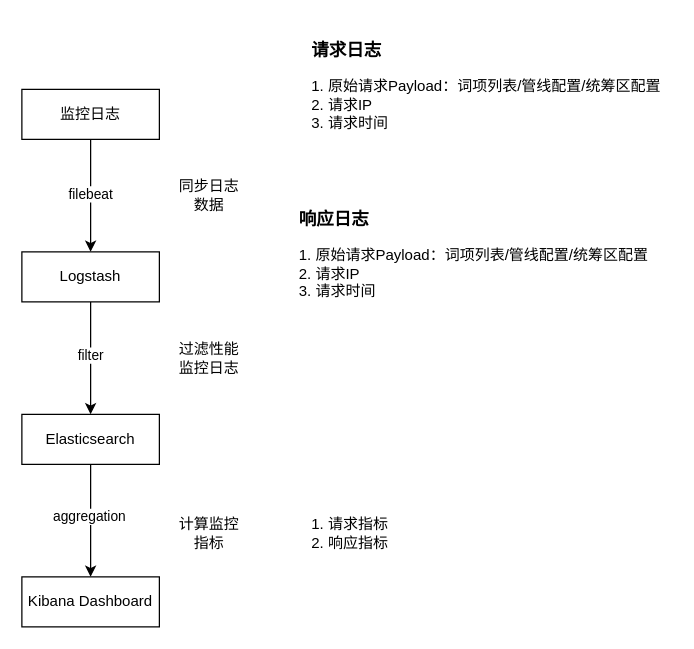
Earlier version of the draw.io diagram 对码/elverse-monitoring.drawio (XiaoLiuAI/diagrams). Source tidied: cells renumbered, new cells numbered last; positions are measured from the earlier drawing's top-left corner, leaving out a move shared by most shapes. Both pictures are drawn from the tidied source at 125%, with x=0, y=0 at pixel (21, 39).
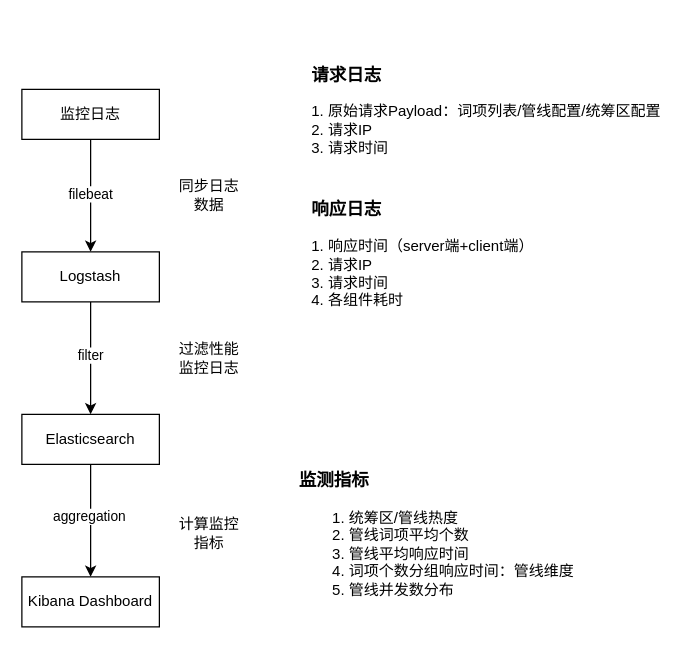
After the change.

Change to the diagram source:
```diff
@@
 <mxGraphModel>
   <root>
     <mxCell id="0" />
     <mxCell id="1" parent="0" />
     <mxCell id="2" style="edgeStyle=orthogonalEdgeStyle;rounded=0;jettySize=auto;html=1;entryX=0.5;entryY=0;entryDx=0;entryDy=0;" parent="1" edge="1" source="4" target="7">
       <mxGeometry relative="1" as="geometry" />
     </mxCell>
     <mxCell id="3" value="filebeat" style="edgeLabel;html=1;align=center;verticalAlign=middle;" parent="2" vertex="1">
       <mxGeometry x="-0.04" y="-1" relative="1" as="geometry" />
     </mxCell>
     <mxCell id="4" value="监控日志" style="rounded=0;whiteSpace=wrap;html=1;" parent="1" vertex="1">
       <mxGeometry y="40" width="110" height="40" as="geometry" />
     </mxCell>
     <mxCell id="5" style="edgeStyle=orthogonalEdgeStyle;rounded=0;jettySize=auto;html=1;entryX=0.5;entryY=0;entryDx=0;entryDy=0;" parent="1" edge="1" source="7" target="10">
       <mxGeometry relative="1" as="geometry" />
     </mxCell>
     <mxCell id="6" value="filter" style="edgeLabel;html=1;align=center;verticalAlign=middle;" parent="5" vertex="1">
       <mxGeometry x="-0.07" y="-1" relative="1" as="geometry" />
     </mxCell>
     <mxCell id="7" value="Logstash" style="rounded=0;whiteSpace=wrap;html=1;" parent="1" vertex="1">
       <mxGeometry y="170" width="110" height="40" as="geometry" />
     </mxCell>
     <mxCell id="8" style="edgeStyle=orthogonalEdgeStyle;rounded=0;jettySize=auto;html=1;" parent="1" edge="1" source="10" target="11">
       <mxGeometry relative="1" as="geometry" />
     </mxCell>
     <mxCell id="9" value="aggregation" style="edgeLabel;html=1;align=center;verticalAlign=middle;" parent="8" vertex="1">
       <mxGeometry x="-0.09" y="-2" relative="1" as="geometry" />
     </mxCell>
     <mxCell id="10" value="Elasticsearch" style="rounded=0;whiteSpace=wrap;html=1;" parent="1" vertex="1">
       <mxGeometry y="300" width="110" height="40" as="geometry" />
     </mxCell>
     <mxCell id="11" value="Kibana Dashboard" style="rounded=0;whiteSpace=wrap;html=1;" parent="1" vertex="1">
       <mxGeometry y="430" width="110" height="40" as="geometry" />
     </mxCell>
     <mxCell id="12" value="过滤性能监控日志" style="text;html=1;strokeColor=none;fillColor=none;align=center;verticalAlign=middle;whiteSpace=wrap;rounded=0;" parent="1" vertex="1">
       <mxGeometry x="120" y="240" width="60" height="30" as="geometry" />
     </mxCell>
     <mxCell id="13" value="计算监控指标" style="text;html=1;strokeColor=none;fillColor=none;align=center;verticalAlign=middle;whiteSpace=wrap;rounded=0;" parent="1" vertex="1">
       <mxGeometry x="120" y="380" width="60" height="30" as="geometry" />
     </mxCell>
     <mxCell id="14" value="同步日志数据" style="text;html=1;strokeColor=none;fillColor=none;align=center;verticalAlign=middle;whiteSpace=wrap;rounded=0;" parent="1" vertex="1">
       <mxGeometry x="120" y="110" width="60" height="30" as="geometry" />
     </mxCell>
     <mxCell id="15" value="&lt;h3&gt;请求日志&lt;/h3&gt;1. 原始请求Payload：&lt;span style=&quot;background-color: initial;&quot;&gt;词项列表/管线配置/统筹区配置&lt;/span&gt;&lt;br&gt;2. 请求IP&lt;br&gt;3. 请求时间" style="text;html=1;strokeColor=none;fillColor=none;align=left;verticalAlign=middle;whiteSpace=wrap;rounded=0;" parent="1" vertex="1">
-      <mxGeometry x="230" width="285" height="60" as="geometry" />
+      <mxGeometry x="230" width="290" height="100" as="geometry" />
     </mxCell>
-    <mxCell id="16" value="1. 请求指标&lt;br&gt;2. 响应指标" style="text;html=1;strokeColor=none;fillColor=none;align=left;verticalAlign=middle;whiteSpace=wrap;rounded=0;" parent="1" vertex="1">
-      <mxGeometry x="230" y="365" width="285" height="60" as="geometry" />
-    </mxCell>
-    <mxCell id="17" value="&lt;h3&gt;响应日志&lt;/h3&gt;1. 原始请求Payload：&lt;span style=&quot;background-color: initial;&quot;&gt;词项列表/管线配置/统筹区配置&lt;/span&gt;&lt;br&gt;2. 请求IP&lt;br&gt;3. 请求时间" style="text;html=1;strokeColor=none;fillColor=none;align=left;verticalAlign=middle;whiteSpace=wrap;rounded=0;" parent="1" vertex="1">
-      <mxGeometry x="220" y="120" width="285" height="90" as="geometry" />
+    <mxCell id="17" value="&lt;h3&gt;响应日志&lt;/h3&gt;1. 响应时间（server端+client端）&lt;br&gt;2. 请求IP&lt;br&gt;3. 请求时间&lt;br&gt;4. 各组件耗时" style="text;html=1;strokeColor=none;fillColor=none;align=left;verticalAlign=middle;whiteSpace=wrap;rounded=0;" parent="1" vertex="1">
+      <mxGeometry x="230" y="110" width="285" height="110" as="geometry" />
     </mxCell>
+    <mxCell id="18" value="&lt;h3&gt;监测指标&lt;/h3&gt;&lt;ol&gt;&lt;li&gt;统筹区/管线热度&lt;/li&gt;&lt;li&gt;管线词项平均个数&lt;/li&gt;&lt;li&gt;管线平均响应时间&lt;/li&gt;&lt;li&gt;词项个数分组响应时间：管线维度&lt;/li&gt;&lt;li&gt;管线并发数分布&lt;/li&gt;&lt;/ol&gt;" style="text;html=1;strokeColor=none;fillColor=none;align=left;verticalAlign=middle;whiteSpace=wrap;rounded=0;" parent="1" vertex="1">
+      <mxGeometry x="220" y="320" width="285" height="150" as="geometry" />
+    </mxCell>
   </root>
 </mxGraphModel>
```
